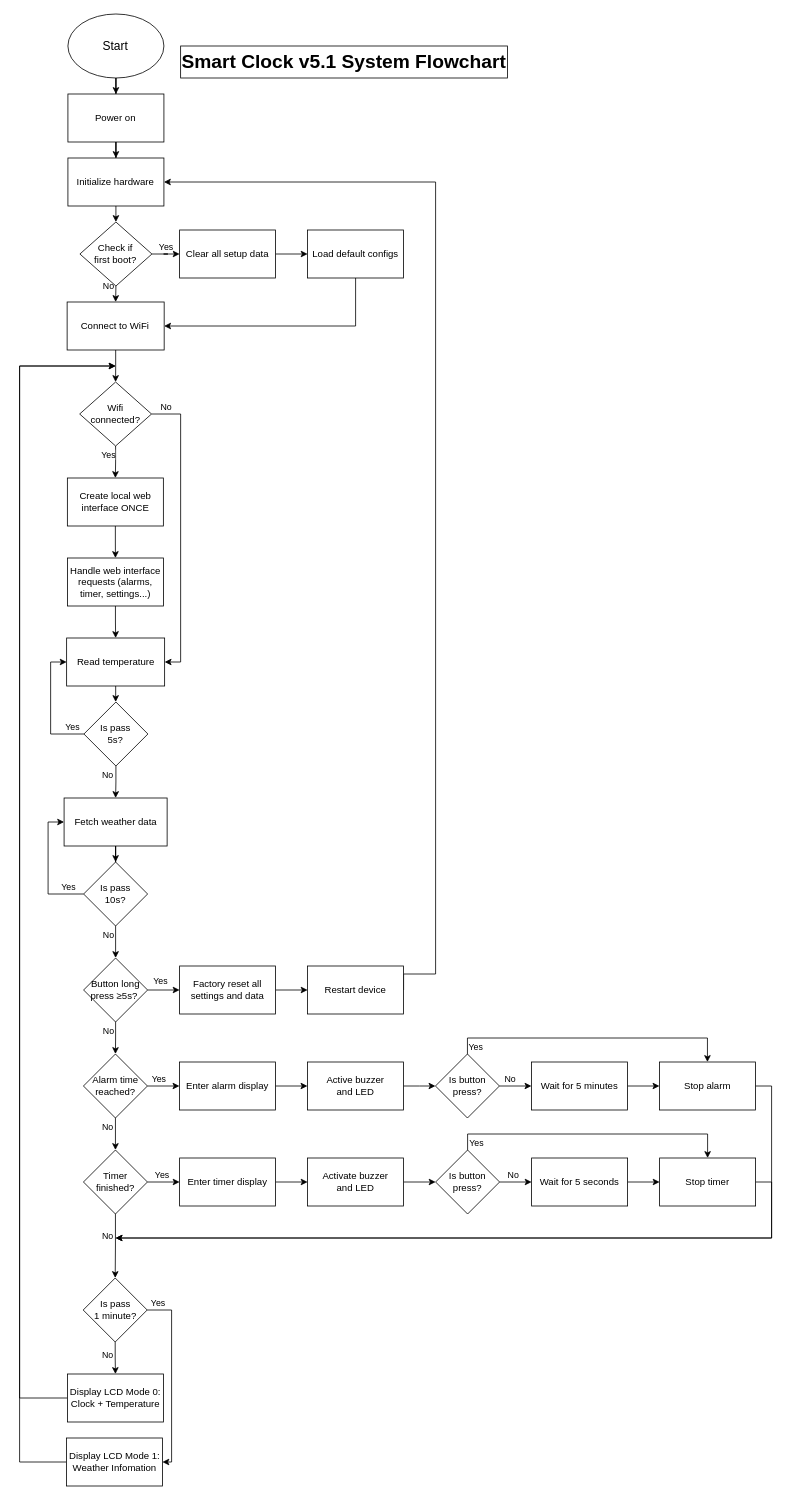
lgdlong/digital-clock-iot-g1 keeps this draw.io diagram as docs/flowchart.drawio. Above is the earlier version. Source tidied: cells renumbered, new cells numbered last; positions are measured from the earlier drawing's top-left corner, leaving out a move shared by most shapes. Both pictures are drawn from the tidied source at 80%, with x=0, y=0 at pixel (19, 14).
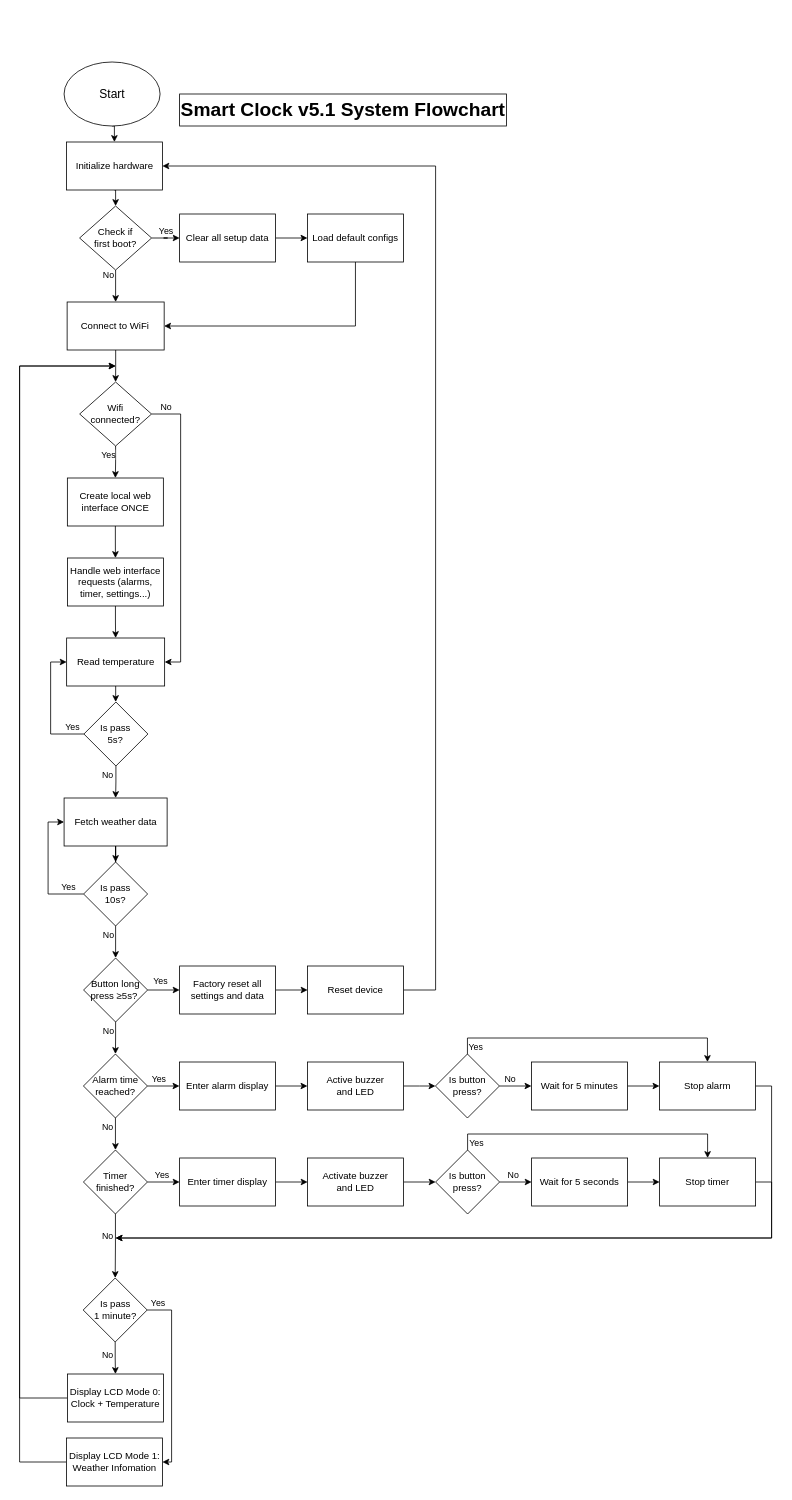
The same diagram, later.

Change to the diagram source:
```diff
@@
-<mxGraphModel>
+<mxGraphModel background="#ffffff">
@@
-    <mxCell id="2" style="edgeStyle=orthogonalEdgeStyle;rounded=0;jettySize=auto;html=1;" parent="1" edge="1" source="3" target="6">
-      <mxGeometry relative="1" as="geometry" />
-    </mxCell>
+    <mxCell id="103" style="edgeStyle=orthogonalEdgeStyle;rounded=0;jettySize=auto;html=1;exitX=0.5;exitY=1;exitDx=0;exitDy=0;entryX=0.5;entryY=0;entryDx=0;entryDy=0;" parent="1" edge="1" source="3" target="15">
+      <mxGeometry relative="1" as="geometry" />
+    </mxCell>
     <mxCell id="3" value="&lt;font style=&quot;font-size: 15px;&quot;&gt;Start&lt;/font&gt;" style="ellipse;whiteSpace=wrap;html=1;strokeWidth=1;" parent="1" vertex="1">
-      <mxGeometry x="60.4" width="120" height="80" as="geometry" />
+      <mxGeometry x="55.6" y="60" width="120" height="80" as="geometry" />
     </mxCell>
     <mxCell id="4" value="&lt;font style=&quot;font-size: 24px;&quot;&gt;Smart Clock v5.1 System Flowchart&lt;/font&gt;" style="rounded=0;whiteSpace=wrap;html=1;fillColor=#FFFFFF;strokeColor=#000000;fontSize=16;fontStyle=1;" parent="1" vertex="1">
-      <mxGeometry x="201.3" y="40" width="408.7" height="40" as="geometry" />
+      <mxGeometry x="200" y="100" width="408.7" height="40" as="geometry" />
     </mxCell>
-    <mxCell id="5" style="edgeStyle=orthogonalEdgeStyle;rounded=0;jettySize=auto;html=1;entryX=0.5;entryY=0;entryDx=0;entryDy=0;" parent="1" edge="1" source="6" target="15">
-      <mxGeometry relative="1" as="geometry" />
-    </mxCell>
-    <mxCell id="6" value="Power on" style="rounded=0;whiteSpace=wrap;html=1;strokeWidth=1;" parent="1" vertex="1">
-      <mxGeometry x="60.4" y="100" width="120" height="60" as="geometry" />
-    </mxCell>
@@
     <mxCell id="8" value="Clear all setup data" style="rounded=0;whiteSpace=wrap;html=1;strokeWidth=1;" parent="1" vertex="1">
-      <mxGeometry x="200" y="270" width="120" height="60" as="geometry" />
+      <mxGeometry x="200" y="250" width="120" height="60" as="geometry" />
     </mxCell>
@@
     <mxCell id="13" value="&lt;div&gt;Check if &lt;br&gt;first boot?&lt;/div&gt;" style="rhombus;whiteSpace=wrap;html=1;strokeWidth=1;" parent="1" vertex="1">
-      <mxGeometry x="75.4" y="260" width="90" height="80" as="geometry" />
+      <mxGeometry x="75" y="240" width="90" height="80" as="geometry" />
     </mxCell>
@@
     <mxCell id="15" value="Initialize hardware" style="rounded=0;whiteSpace=wrap;html=1;strokeWidth=1;" parent="1" vertex="1">
-      <mxGeometry x="60.4" y="180" width="120" height="60" as="geometry" />
+      <mxGeometry x="58.5" y="160" width="120" height="60" as="geometry" />
     </mxCell>
@@
     <mxCell id="19" value="Load default configs" style="rounded=0;whiteSpace=wrap;html=1;strokeWidth=1;" parent="1" vertex="1">
-      <mxGeometry x="360" y="270" width="120" height="60" as="geometry" />
+      <mxGeometry x="359.8" y="250" width="120" height="60" as="geometry" />
     </mxCell>
@@
     <mxCell id="30" style="edgeStyle=orthogonalEdgeStyle;rounded=0;jettySize=auto;html=1;exitX=1;exitY=0.5;exitDx=0;exitDy=0;entryX=1;entryY=0.5;entryDx=0;entryDy=0;" parent="1" edge="1" source="31" target="15">
       <mxGeometry relative="1" as="geometry">
         <Array as="points">
-          <mxPoint x="520" y="1200" />
-          <mxPoint x="520" y="210" />
+          <mxPoint x="520" y="1220" />
+          <mxPoint x="520" y="190" />
         </Array>
       </mxGeometry>
     </mxCell>
-    <mxCell id="31" value="Restart device" style="rounded=0;whiteSpace=wrap;html=1;" parent="1" vertex="1">
+    <mxCell id="31" value="Reset device" style="rounded=0;whiteSpace=wrap;html=1;" parent="1" vertex="1">
       <mxGeometry x="360" y="1190" width="120" height="60" as="geometry" />
     </mxCell>
```
